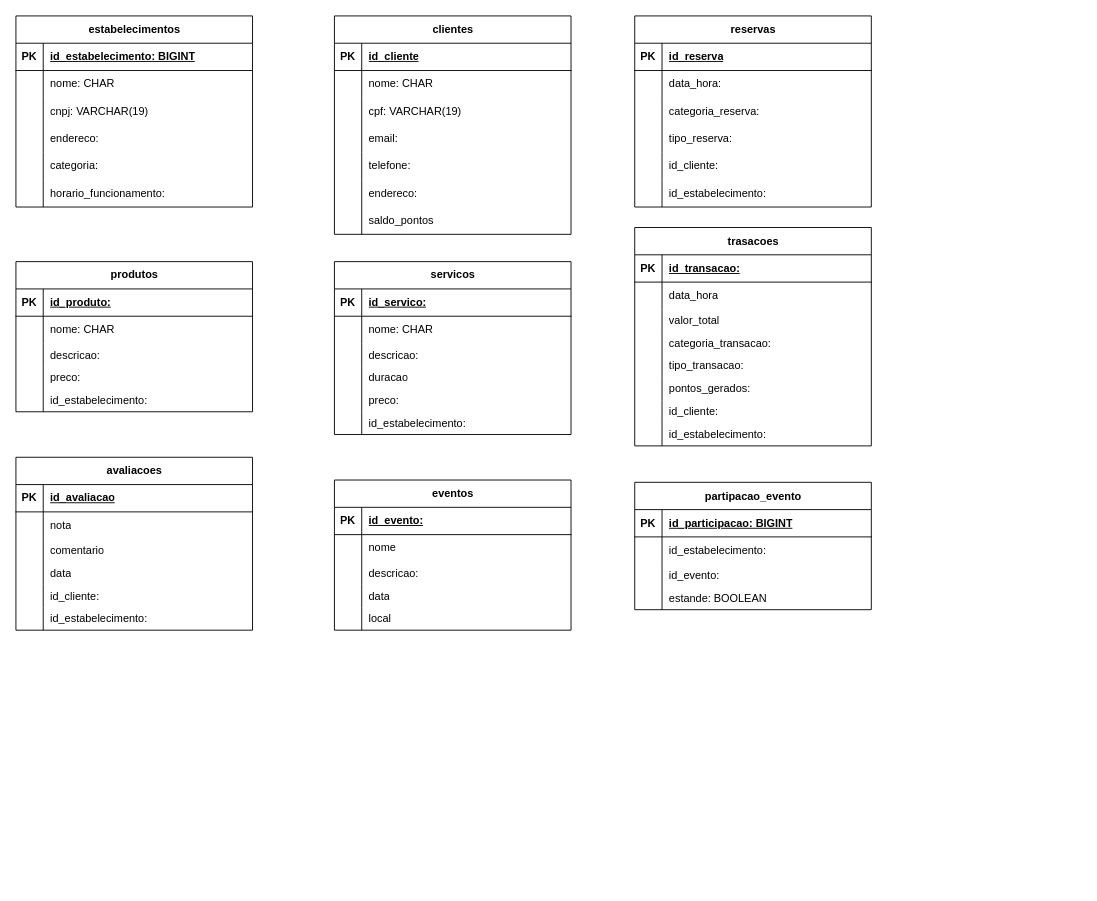
The draw.io diagram Atividade 1 Reposição 25/04.drawio in RenanSMA/3-Semestre, before the edit. Source tidied: cells renumbered, new cells numbered last; positions are measured from the earlier drawing's top-left corner, leaving out a move shared by most shapes. Both pictures are drawn from the tidied source at 91%, with x=0, y=0 at pixel (15, 15).
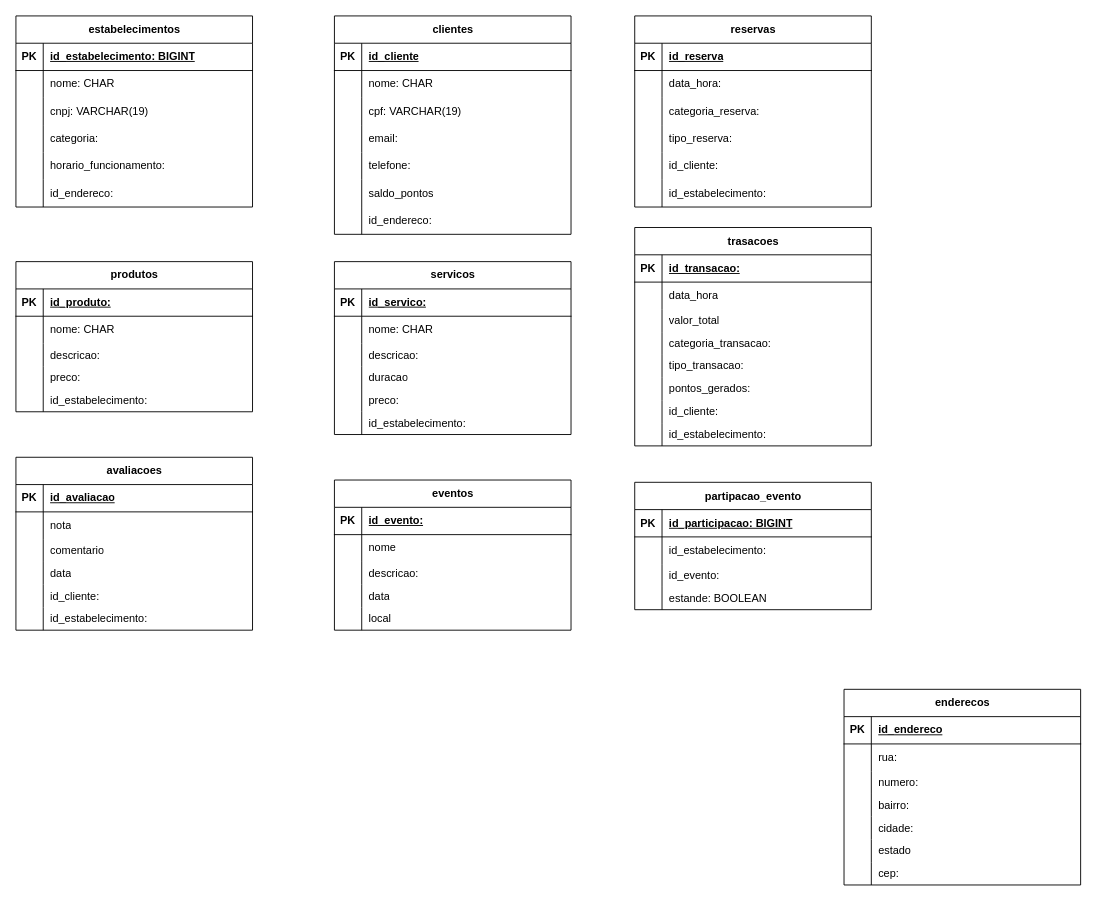
Above is the later version.

Commit message:
v1.3 Atividade 1 Reposição 25/04.drawio

Unchanged cells that the change refers to:
```xml
<mxCell id="2" value="estabelecimentos" style="shape=table;startSize=30;childLayout=tableLayout;rowLines=0;fontStyle=1;align=center;html=1;" parent="1" vertex="1">
  <mxGeometry width="260" height="210" as="geometry" />
</mxCell>
<mxCell id="21" value="clientes" style="shape=table;startSize=30;childLayout=tableLayout;rowLines=0;fontStyle=1;align=center;html=1;" parent="1" vertex="1">
  <mxGeometry x="350" width="260" height="240" as="geometry" />
</mxCell>
```

Change to the diagram source:
```diff
@@
-    <mxCell id="12" style="shape=tableRow;horizontal=0;startSize=0;swimlaneHead=0;swimlaneBody=0;fillColor=none;top=0;left=0;right=0;bottom=0;" parent="2" vertex="1">
-      <mxGeometry y="120" width="260" height="30" as="geometry" />
-    </mxCell>
-    <mxCell id="13" style="shape=partialRectangle;fillColor=none;top=0;left=0;bottom=0;right=0;overflow=hidden;whiteSpace=wrap;html=1;" parent="12" vertex="1">
-      <mxGeometry width="30" height="30" as="geometry" />
-    </mxCell>
-    <mxCell id="14" value="endereco:" style="shape=partialRectangle;fillColor=none;top=0;left=0;bottom=0;right=0;align=left;spacingLeft=6;overflow=hidden;whiteSpace=wrap;html=1;" parent="12" vertex="1">
-      <mxGeometry x="30" width="230" height="30" as="geometry" />
-    </mxCell>
     <mxCell id="15" style="shape=tableRow;horizontal=0;startSize=0;swimlaneHead=0;swimlaneBody=0;fillColor=none;top=0;left=0;right=0;bottom=0;" parent="2" vertex="1">
-      <mxGeometry y="150" width="260" height="30" as="geometry" />
+      <mxGeometry y="120" width="260" height="30" as="geometry" />
     </mxCell>
@@
     <mxCell id="18" style="shape=tableRow;horizontal=0;startSize=0;swimlaneHead=0;swimlaneBody=0;fillColor=none;top=0;left=0;right=0;bottom=0;" parent="2" vertex="1">
-      <mxGeometry y="180" width="260" height="30" as="geometry" />
+      <mxGeometry y="150" width="260" height="30" as="geometry" />
     </mxCell>
@@
+    <mxCell id="37" style="shape=tableRow;horizontal=0;startSize=0;swimlaneHead=0;swimlaneBody=0;fillColor=none;top=0;left=0;right=0;bottom=0;" parent="2" vertex="1">
+      <mxGeometry y="180" width="260" height="30" as="geometry" />
+    </mxCell>
+    <mxCell id="170" style="shape=partialRectangle;fillColor=none;top=0;left=0;bottom=0;right=0;overflow=hidden;whiteSpace=wrap;html=1;" parent="37" vertex="1">
+      <mxGeometry width="30" height="30" as="geometry" />
+    </mxCell>
+    <mxCell id="171" value="id_endereco:" style="shape=partialRectangle;fillColor=none;top=0;left=0;bottom=0;right=0;align=left;spacingLeft=6;overflow=hidden;whiteSpace=wrap;html=1;" parent="37" vertex="1">
+      <mxGeometry x="30" width="230" height="30" as="geometry" />
+    </mxCell>
@@
-    <mxCell id="37" style="shape=tableRow;horizontal=0;startSize=0;swimlaneHead=0;swimlaneBody=0;fillColor=none;top=0;left=0;right=0;bottom=0;" parent="21" vertex="1">
-      <mxGeometry y="180" width="260" height="30" as="geometry" />
-    </mxCell>
-    <mxCell id="38" style="shape=partialRectangle;fillColor=none;top=0;left=0;bottom=0;right=0;overflow=hidden;whiteSpace=wrap;html=1;" parent="37" vertex="1">
-      <mxGeometry width="30" height="30" as="geometry" />
-    </mxCell>
-    <mxCell id="39" value="endereco:" style="shape=partialRectangle;fillColor=none;top=0;left=0;bottom=0;right=0;align=left;spacingLeft=6;overflow=hidden;whiteSpace=wrap;html=1;" parent="37" vertex="1">
-      <mxGeometry x="30" width="230" height="30" as="geometry" />
-    </mxCell>
     <mxCell id="40" style="shape=tableRow;horizontal=0;startSize=0;swimlaneHead=0;swimlaneBody=0;fillColor=none;top=0;left=0;right=0;bottom=0;" parent="21" vertex="1">
-      <mxGeometry y="210" width="260" height="30" as="geometry" />
+      <mxGeometry y="180" width="260" height="30" as="geometry" />
     </mxCell>
@@
+    <mxCell id="172" style="shape=tableRow;horizontal=0;startSize=0;swimlaneHead=0;swimlaneBody=0;fillColor=none;top=0;left=0;right=0;bottom=0;" parent="21" vertex="1">
+      <mxGeometry y="210" width="260" height="30" as="geometry" />
+    </mxCell>
+    <mxCell id="173" style="shape=partialRectangle;fillColor=none;top=0;left=0;bottom=0;right=0;overflow=hidden;whiteSpace=wrap;html=1;" parent="172" vertex="1">
+      <mxGeometry width="30" height="30" as="geometry" />
+    </mxCell>
+    <mxCell id="174" value="id_endereco:" style="shape=partialRectangle;fillColor=none;top=0;left=0;bottom=0;right=0;align=left;spacingLeft=6;overflow=hidden;whiteSpace=wrap;html=1;" parent="172" vertex="1">
+      <mxGeometry x="30" width="230" height="30" as="geometry" />
+    </mxCell>
@@
+    <mxCell id="175" value="enderecos" style="shape=table;startSize=30;childLayout=tableLayout;rowLines=0;fontStyle=1;align=center;html=1;" parent="1" vertex="1">
+      <mxGeometry x="910" y="740" width="260" height="215" as="geometry" />
+    </mxCell>
+    <mxCell id="176" style="shape=tableRow;horizontal=0;startSize=0;swimlaneHead=0;swimlaneBody=0;fillColor=none;top=0;left=0;right=0;bottom=1;" parent="175" vertex="1">
+      <mxGeometry y="30" width="260" height="30" as="geometry" />
+    </mxCell>
+    <mxCell id="177" value="PK" style="shape=partialRectangle;fillColor=none;top=0;left=0;bottom=0;right=0;fontStyle=1;overflow=hidden;whiteSpace=wrap;html=1;" parent="176" vertex="1">
+      <mxGeometry width="30" height="30" as="geometry" />
+    </mxCell>
+    <mxCell id="178" value="id_endereco" style="shape=partialRectangle;fillColor=none;top=0;left=0;bottom=0;right=0;align=left;spacingLeft=6;fontStyle=5;overflow=hidden;whiteSpace=wrap;html=1;" parent="176" vertex="1">
+      <mxGeometry x="30" width="230" height="30" as="geometry" />
+    </mxCell>
+    <mxCell id="179" style="shape=tableRow;horizontal=0;startSize=0;swimlaneHead=0;swimlaneBody=0;fillColor=none;top=0;left=0;right=0;bottom=0;" parent="175" vertex="1">
+      <mxGeometry y="60" width="260" height="30" as="geometry" />
+    </mxCell>
+    <mxCell id="180" style="shape=partialRectangle;fillColor=none;top=0;left=0;bottom=0;right=0;overflow=hidden;whiteSpace=wrap;html=1;" parent="179" vertex="1">
+      <mxGeometry width="30" height="30" as="geometry" />
+    </mxCell>
+    <mxCell id="181" value="rua:" style="shape=partialRectangle;fillColor=none;top=0;left=0;bottom=0;right=0;align=left;spacingLeft=6;overflow=hidden;whiteSpace=wrap;html=1;" parent="179" vertex="1">
+      <mxGeometry x="30" width="230" height="30" as="geometry" />
+    </mxCell>
+    <mxCell id="182" style="shape=tableRow;horizontal=0;startSize=0;swimlaneHead=0;swimlaneBody=0;fillColor=none;top=0;left=0;right=0;bottom=0;" parent="175" vertex="1">
+      <mxGeometry y="90" width="260" height="25" as="geometry" />
+    </mxCell>
+    <mxCell id="183" style="shape=partialRectangle;fillColor=none;top=0;left=0;bottom=0;right=0;overflow=hidden;whiteSpace=wrap;html=1;" parent="182" vertex="1">
+      <mxGeometry width="30" height="25" as="geometry" />
+    </mxCell>
+    <mxCell id="184" value="numero:" style="shape=partialRectangle;fillColor=none;top=0;left=0;bottom=0;right=0;align=left;spacingLeft=6;overflow=hidden;whiteSpace=wrap;html=1;" parent="182" vertex="1">
+      <mxGeometry x="30" width="230" height="25" as="geometry" />
+    </mxCell>
+    <mxCell id="185" style="shape=tableRow;horizontal=0;startSize=0;swimlaneHead=0;swimlaneBody=0;fillColor=none;top=0;left=0;right=0;bottom=0;" parent="175" vertex="1">
+      <mxGeometry y="115" width="260" height="25" as="geometry" />
+    </mxCell>
+    <mxCell id="186" style="shape=partialRectangle;fillColor=none;top=0;left=0;bottom=0;right=0;overflow=hidden;whiteSpace=wrap;html=1;" parent="185" vertex="1">
+      <mxGeometry width="30" height="25" as="geometry" />
+    </mxCell>
+    <mxCell id="187" value="bairro:" style="shape=partialRectangle;fillColor=none;top=0;left=0;bottom=0;right=0;align=left;spacingLeft=6;overflow=hidden;whiteSpace=wrap;html=1;" parent="185" vertex="1">
+      <mxGeometry x="30" width="230" height="25" as="geometry" />
+    </mxCell>
+    <mxCell id="188" style="shape=tableRow;horizontal=0;startSize=0;swimlaneHead=0;swimlaneBody=0;fillColor=none;top=0;left=0;right=0;bottom=0;" parent="175" vertex="1">
+      <mxGeometry y="140" width="260" height="25" as="geometry" />
+    </mxCell>
+    <mxCell id="189" style="shape=partialRectangle;fillColor=none;top=0;left=0;bottom=0;right=0;overflow=hidden;whiteSpace=wrap;html=1;" parent="188" vertex="1">
+      <mxGeometry width="30" height="25" as="geometry" />
+    </mxCell>
+    <mxCell id="190" value="cidade:" style="shape=partialRectangle;fillColor=none;top=0;left=0;bottom=0;right=0;align=left;spacingLeft=6;overflow=hidden;whiteSpace=wrap;html=1;" parent="188" vertex="1">
+      <mxGeometry x="30" width="230" height="25" as="geometry" />
+    </mxCell>
+    <mxCell id="191" style="shape=tableRow;horizontal=0;startSize=0;swimlaneHead=0;swimlaneBody=0;fillColor=none;top=0;left=0;right=0;bottom=0;" parent="175" vertex="1">
+      <mxGeometry y="165" width="260" height="25" as="geometry" />
+    </mxCell>
+    <mxCell id="192" style="shape=partialRectangle;fillColor=none;top=0;left=0;bottom=0;right=0;overflow=hidden;whiteSpace=wrap;html=1;" parent="191" vertex="1">
+      <mxGeometry width="30" height="25" as="geometry" />
+    </mxCell>
+    <mxCell id="193" value="estado" style="shape=partialRectangle;fillColor=none;top=0;left=0;bottom=0;right=0;align=left;spacingLeft=6;overflow=hidden;whiteSpace=wrap;html=1;" parent="191" vertex="1">
+      <mxGeometry x="30" width="230" height="25" as="geometry" />
+    </mxCell>
+    <mxCell id="194" style="shape=tableRow;horizontal=0;startSize=0;swimlaneHead=0;swimlaneBody=0;fillColor=none;top=0;left=0;right=0;bottom=0;" parent="175" vertex="1">
+      <mxGeometry y="190" width="260" height="25" as="geometry" />
+    </mxCell>
+    <mxCell id="195" style="shape=partialRectangle;fillColor=none;top=0;left=0;bottom=0;right=0;overflow=hidden;whiteSpace=wrap;html=1;" parent="194" vertex="1">
+      <mxGeometry width="30" height="25" as="geometry" />
+    </mxCell>
+    <mxCell id="196" value="cep:" style="shape=partialRectangle;fillColor=none;top=0;left=0;bottom=0;right=0;align=left;spacingLeft=6;overflow=hidden;whiteSpace=wrap;html=1;" parent="194" vertex="1">
+      <mxGeometry x="30" width="230" height="25" as="geometry" />
+    </mxCell>
```
